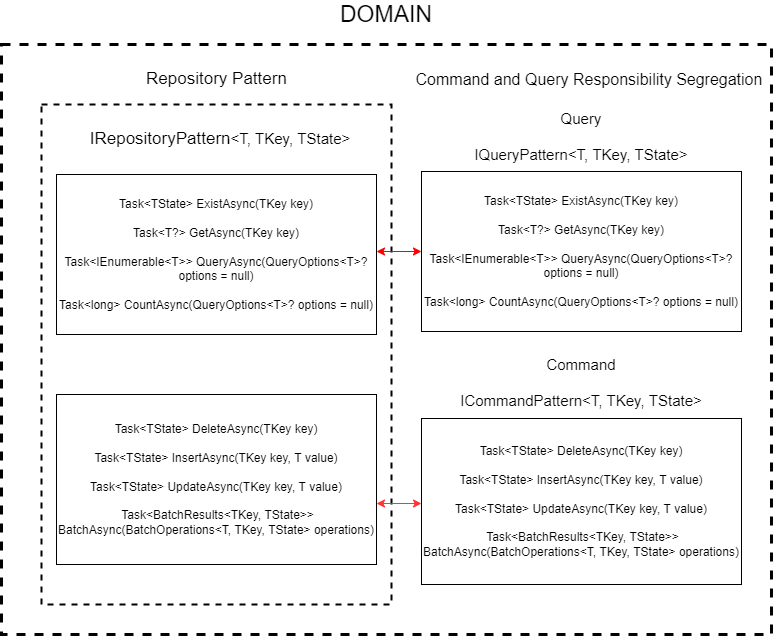
This is RepositoryFramework.Abstractions.png from KeyserDSoze/RepositoryFramework, a draw.io export, as it was before one commit. Source tidied: cells renumbered, new cells last; positions are measured from the earlier drawing's top-left corner, leaving out a move shared by most shapes.
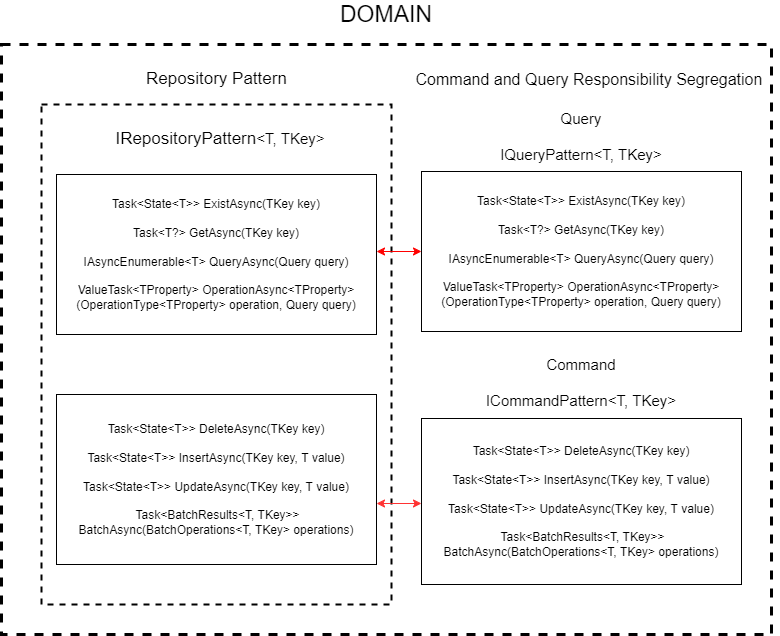
The same diagram one commit later.

The edit, as a diff of the source:
```diff
@@ -19,7 +19,7 @@
         </Array>
       </mxGeometry>
     </mxCell>
-    <mxCell id="6" value="Task&amp;lt;TState&amp;gt; ExistAsync(TKey key)&lt;br&gt;&lt;br&gt;Task&amp;lt;T?&amp;gt; GetAsync(TKey key)&lt;br&gt;&lt;br&gt;Task&amp;lt;IEnumerable&amp;lt;T&amp;gt;&amp;gt; QueryAsync(QueryOptions&amp;lt;T&amp;gt;? options = null)&lt;br&gt;&lt;br&gt;Task&amp;lt;long&amp;gt; CountAsync(QueryOptions&amp;lt;T&amp;gt;? options = null)" style="rounded=0;whiteSpace=wrap;html=1;" parent="1" vertex="1">
+    <mxCell id="6" value="Task&amp;lt;State&amp;lt;T&amp;gt;&amp;gt; ExistAsync(TKey key)&lt;br&gt;&lt;br&gt;Task&amp;lt;T?&amp;gt; GetAsync(TKey key)&lt;br&gt;&lt;br&gt;IAsyncEnumerable&amp;lt;T&amp;gt; QueryAsync(Query query)&lt;br&gt;&lt;br&gt;ValueTask&amp;lt;TProperty&amp;gt; OperationAsync&amp;lt;TProperty&amp;gt;(OperationType&amp;lt;TProperty&amp;gt; operation, Query query)" style="rounded=0;whiteSpace=wrap;html=1;" parent="1" vertex="1">
       <mxGeometry x="420" y="127" width="320" height="160" as="geometry" />
     </mxCell>
     <mxCell id="7" value="Command and Query Responsibility Segregation" style="text;html=1;strokeColor=none;fillColor=none;align=center;verticalAlign=middle;whiteSpace=wrap;rounded=0;fontSize=16;" parent="1" vertex="1">
@@ -33,22 +33,22 @@
         </Array>
       </mxGeometry>
     </mxCell>
-    <mxCell id="9" value="Task&amp;lt;TState&amp;gt; DeleteAsync(TKey key)&lt;br&gt;&lt;br&gt;Task&amp;lt;TState&amp;gt; InsertAsync(TKey key, T value)&lt;br&gt;&lt;br&gt;Task&amp;lt;TState&amp;gt; UpdateAsync(TKey key, T value)&lt;br&gt;&lt;br&gt;&amp;nbsp;Task&amp;lt;BatchResults&amp;lt;TKey, TState&amp;gt;&amp;gt; BatchAsync(BatchOperations&amp;lt;T, TKey, TState&amp;gt; operations)" style="rounded=0;whiteSpace=wrap;html=1;" parent="1" vertex="1">
+    <mxCell id="9" value="Task&amp;lt;State&amp;lt;T&amp;gt;&amp;gt; DeleteAsync(TKey key)&lt;br&gt;&lt;br&gt;Task&amp;lt;State&amp;lt;T&amp;gt;&amp;gt; InsertAsync(TKey key, T value)&lt;br&gt;&lt;br&gt;Task&amp;lt;State&amp;lt;T&amp;gt;&amp;gt; UpdateAsync(TKey key, T value)&lt;br&gt;&lt;br&gt;&amp;nbsp;Task&amp;lt;BatchResults&amp;lt;T, TKey&amp;gt;&amp;gt; BatchAsync(BatchOperations&amp;lt;T, TKey&amp;gt; operations)" style="rounded=0;whiteSpace=wrap;html=1;" parent="1" vertex="1">
       <mxGeometry x="420" y="374" width="320" height="166" as="geometry" />
     </mxCell>
-    <mxCell id="10" value="Query&lt;br&gt;&lt;br&gt;IQueryPattern&amp;lt;T, TKey, TState&amp;gt;" style="text;html=1;strokeColor=none;fillColor=none;align=center;verticalAlign=middle;whiteSpace=wrap;rounded=0;fontSize=15;" parent="1" vertex="1">
+    <mxCell id="10" value="Query&lt;br&gt;&lt;br&gt;IQueryPattern&amp;lt;T, TKey&amp;gt;" style="text;html=1;strokeColor=none;fillColor=none;align=center;verticalAlign=middle;whiteSpace=wrap;rounded=0;fontSize=15;" parent="1" vertex="1">
       <mxGeometry x="455" y="67" width="250" height="50" as="geometry" />
     </mxCell>
-    <mxCell id="11" value="Task&amp;lt;TState&amp;gt; ExistAsync(TKey key)&lt;br&gt;&lt;br&gt;Task&amp;lt;T?&amp;gt; GetAsync(TKey key)&lt;br&gt;&lt;br&gt;Task&amp;lt;IEnumerable&amp;lt;T&amp;gt;&amp;gt; QueryAsync(QueryOptions&amp;lt;T&amp;gt;? options = null)&lt;br&gt;&lt;br&gt;Task&amp;lt;long&amp;gt; CountAsync(QueryOptions&amp;lt;T&amp;gt;? options = null)" style="rounded=0;whiteSpace=wrap;html=1;" parent="1" vertex="1">
+    <mxCell id="11" value="Task&amp;lt;State&amp;lt;T&amp;gt;&amp;gt; ExistAsync(TKey key)&lt;br&gt;&lt;br&gt;Task&amp;lt;T?&amp;gt; GetAsync(TKey key)&lt;br&gt;&lt;br&gt;IAsyncEnumerable&amp;lt;T&amp;gt; QueryAsync(Query query)&lt;br&gt;&lt;br&gt;ValueTask&amp;lt;TProperty&amp;gt; OperationAsync&amp;lt;TProperty&amp;gt;(OperationType&amp;lt;TProperty&amp;gt; operation, Query query)" style="rounded=0;whiteSpace=wrap;html=1;" parent="1" vertex="1">
       <mxGeometry x="55" y="130" width="320" height="160" as="geometry" />
     </mxCell>
-    <mxCell id="12" value="Task&amp;lt;TState&amp;gt; DeleteAsync(TKey key)&lt;br&gt;&lt;br&gt;Task&amp;lt;TState&amp;gt; InsertAsync(TKey key, T value)&lt;br&gt;&lt;br&gt;Task&amp;lt;TState&amp;gt; UpdateAsync(TKey key, T value)&lt;br&gt;&lt;br&gt;&amp;nbsp;Task&amp;lt;BatchResults&amp;lt;TKey, TState&amp;gt;&amp;gt; BatchAsync(BatchOperations&amp;lt;T, TKey, TState&amp;gt; operations)" style="rounded=0;whiteSpace=wrap;html=1;" parent="1" vertex="1">
+    <mxCell id="12" value="Task&amp;lt;State&amp;lt;T&amp;gt;&amp;gt; DeleteAsync(TKey key)&lt;br&gt;&lt;br&gt;Task&amp;lt;State&amp;lt;T&amp;gt;&amp;gt; InsertAsync(TKey key, T value)&lt;br&gt;&lt;br&gt;Task&amp;lt;State&amp;lt;T&amp;gt;&amp;gt; UpdateAsync(TKey key, T value)&lt;br&gt;&lt;br&gt;&amp;nbsp;Task&amp;lt;BatchResults&amp;lt;T, TKey&amp;gt;&amp;gt; BatchAsync(BatchOperations&amp;lt;T, TKey&amp;gt; operations)" style="rounded=0;whiteSpace=wrap;html=1;" parent="1" vertex="1">
       <mxGeometry x="55" y="350" width="320" height="170" as="geometry" />
     </mxCell>
-    <mxCell id="13" value="Command&lt;br&gt;&lt;br&gt;ICommandPattern&amp;lt;T, TKey, TState&amp;gt;" style="text;html=1;strokeColor=none;fillColor=none;align=center;verticalAlign=middle;whiteSpace=wrap;rounded=0;fontSize=15;" parent="1" vertex="1">
+    <mxCell id="13" value="Command&lt;br&gt;&lt;br&gt;ICommandPattern&amp;lt;T, TKey&amp;gt;" style="text;html=1;strokeColor=none;fillColor=none;align=center;verticalAlign=middle;whiteSpace=wrap;rounded=0;fontSize=15;" parent="1" vertex="1">
       <mxGeometry x="430" y="298" width="300" height="80" as="geometry" />
     </mxCell>
-    <mxCell id="14" value="IRepositoryPattern&lt;span style=&quot;font-size: 15px&quot;&gt;&amp;lt;T, TKey, TState&amp;gt;&lt;/span&gt;" style="text;html=1;strokeColor=none;fillColor=none;align=center;verticalAlign=middle;whiteSpace=wrap;rounded=0;fontSize=17;" parent="1" vertex="1">
+    <mxCell id="14" value="IRepositoryPattern&lt;span style=&quot;font-size: 15px&quot;&gt;&amp;lt;T, TKey&amp;gt;&lt;/span&gt;" style="text;html=1;strokeColor=none;fillColor=none;align=center;verticalAlign=middle;whiteSpace=wrap;rounded=0;fontSize=17;" parent="1" vertex="1">
       <mxGeometry x="80" y="80" width="277.5" height="30" as="geometry" />
     </mxCell>
   </root>
```
